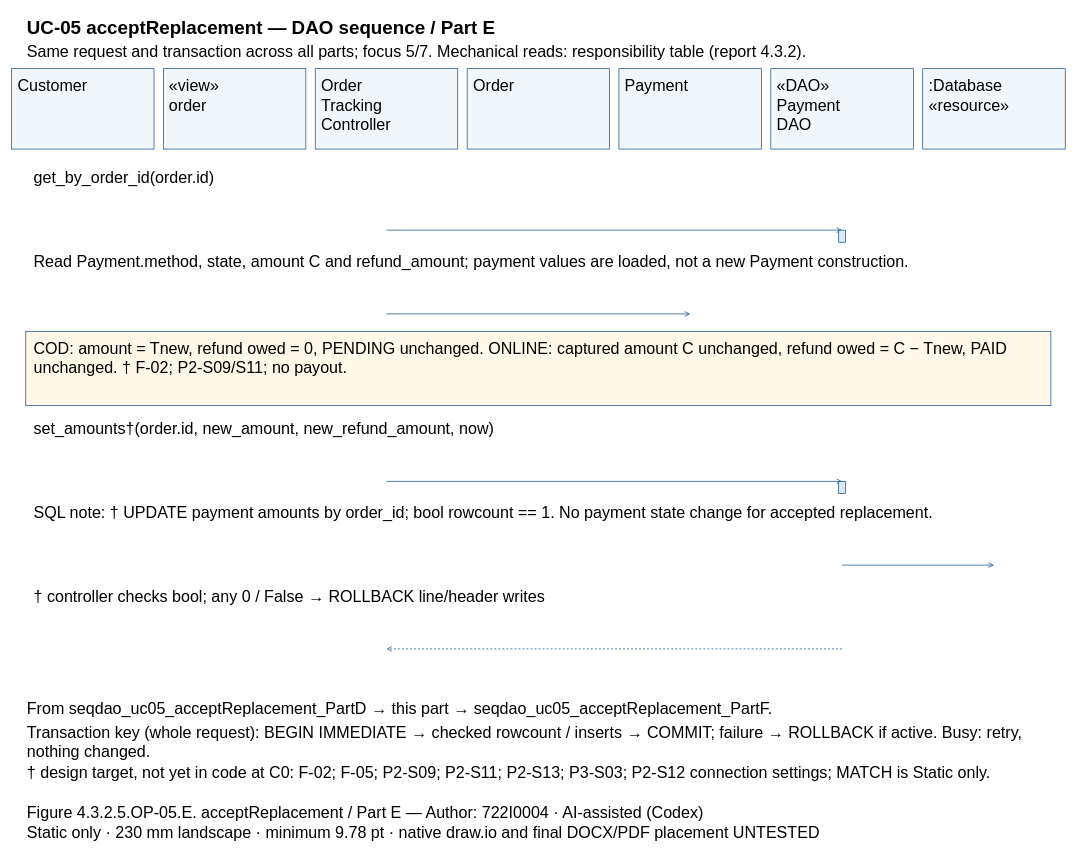
Above: models/UC-05/seqdao_uc05_acceptReplacement_PartE.drawio in Dat071104/SaigonBite (draw.io), before the change. Source tidied: cells renumbered, new cells numbered last; positions are measured from the earlier drawing's top-left corner, leaving out a move shared by most shapes. Both pictures are drawn from the tidied source at 67%, with x=0, y=0 at pixel (11, 11).
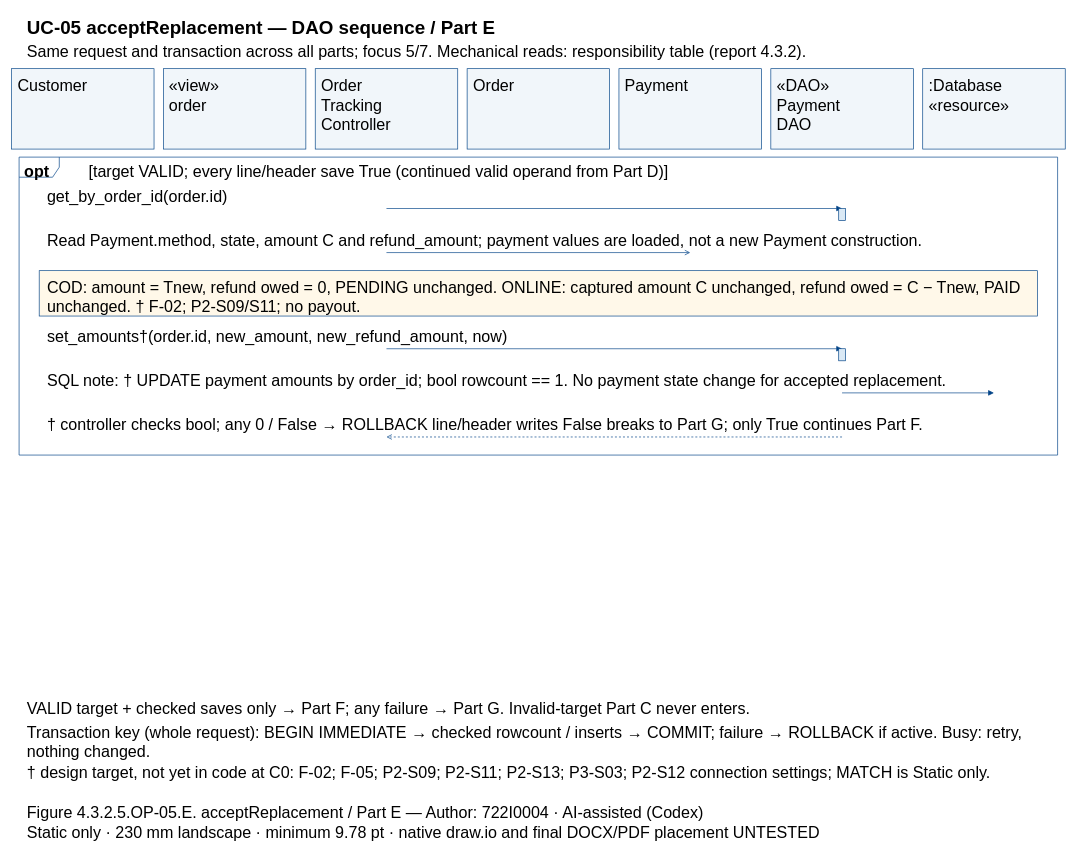
After the change.

Change to the diagram source:
```diff
@@
+    <mxCell id="47" style="shape=umlFrame;fillColor=none;strokeColor=#004387;" parent="1" vertex="1">
+      <mxGeometry x="11" y="217" width="1550" height="444.7" as="geometry" />
+    </mxCell>
@@
-    <mxCell id="17" value=":Database&#10;«resource»" style="text;html=0;whiteSpace=wrap;align=left;verticalAlign=top;strokeColor=none;fillColor=none;fontFamily=Arial;fontSize=24;fontStyle=0;" parent="1" vertex="1">
-      <mxGeometry x="1366.7" y="90" width="198.7" height="55.7" as="geometry" />
-    </mxCell>
-    <mxCell id="18" value="get_by_order_id(order.id)" style="text;html=0;whiteSpace=wrap;align=left;verticalAlign=top;strokeColor=none;fillColor=none;fontFamily=Arial;fontSize=24;fontStyle=0;" parent="1" vertex="1">
-      <mxGeometry x="31" y="227" width="1510" height="27.8" as="geometry" />
+    <mxCell id="18" value=":Database&#10;«resource»" style="text;html=0;whiteSpace=wrap;align=left;verticalAlign=top;strokeColor=none;fillColor=none;fontFamily=Arial;fontSize=24;fontStyle=0;" parent="1" vertex="1">
+      <mxGeometry x="1366.7" y="90" width="198.7" height="55.7" as="geometry" />
     </mxCell>
+    <mxCell id="48" value="opt" style="text;html=0;whiteSpace=wrap;align=left;verticalAlign=top;strokeColor=none;fillColor=none;fontFamily=Arial;fontSize=24;fontStyle=1;" parent="1" vertex="1">
+      <mxGeometry x="17" y="218" width="84" height="27.8" as="geometry" />
+    </mxCell>
+    <mxCell id="49" value="[target VALID; every line/header save True (continued valid operand from Part D)]" style="text;html=0;whiteSpace=wrap;align=left;verticalAlign=top;strokeColor=none;fillColor=none;fontFamily=Arial;fontSize=24;fontStyle=0;" parent="1" vertex="1">
+      <mxGeometry x="113" y="218" width="1438" height="27.8" as="geometry" />
+    </mxCell>
+    <mxCell id="23" value="get_by_order_id(order.id)" style="text;html=0;whiteSpace=wrap;align=left;verticalAlign=top;strokeColor=none;fillColor=none;fontFamily=Arial;fontSize=24;fontStyle=0;" parent="1" vertex="1">
+      <mxGeometry x="51" y="254.8" width="1470" height="27.8" as="geometry" />
+    </mxCell>
     <mxCell id="19" style="opacity=0;" parent="1" vertex="1">
-      <mxGeometry x="559.3" y="326" as="geometry" />
+      <mxGeometry x="559.3" y="293.7" as="geometry" />
     </mxCell>
     <mxCell id="20" style="opacity=0;" parent="1" vertex="1">
-      <mxGeometry x="1239.3" y="326" as="geometry" />
+      <mxGeometry x="1239.3" y="293.7" as="geometry" />
     </mxCell>
-    <mxCell id="21" style="edgeStyle=none;endArrow=open;strokeColor=#004387;exitX=0.5;entryX=0.5;exitPerimeter=0;entryPerimeter=0;" parent="1" edge="1" source="19" target="20">
+    <mxCell id="21" style="edgeStyle=none;endArrow=block;endFill=1;strokeColor=#004387;exitX=0.5;entryX=0.5;exitPerimeter=0;entryPerimeter=0;" parent="1" edge="1" source="19" target="20">
       <mxGeometry relative="1" as="geometry" />
     </mxCell>
-    <mxCell id="22" style="fillColor=#DAE9F5;strokeColor=#004387;" parent="1" vertex="1">
-      <mxGeometry x="1234.3" y="326" width="10" height="18" as="geometry" />
-    </mxCell>
-    <mxCell id="23" value="Read Payment.method, state, amount C and refund_amount; payment values are loaded, not a new Payment construction." style="text;html=0;whiteSpace=wrap;align=left;verticalAlign=top;strokeColor=none;fillColor=none;fontFamily=Arial;fontSize=24;fontStyle=0;" parent="1" vertex="1">
-      <mxGeometry x="31" y="352" width="1510" height="27.8" as="geometry" />
-    </mxCell>
+    <mxCell id="27" style="fillColor=#DAE9F5;strokeColor=#004387;" parent="1" vertex="1">
+      <mxGeometry x="1234.3" y="293.7" width="10" height="18" as="geometry" />
+    </mxCell>
+    <mxCell id="28" value="Read Payment.method, state, amount C and refund_amount; payment values are loaded, not a new Payment construction." style="text;html=0;whiteSpace=wrap;align=left;verticalAlign=top;strokeColor=none;fillColor=none;fontFamily=Arial;fontSize=24;fontStyle=0;" parent="1" vertex="1">
+      <mxGeometry x="51" y="320.7" width="1470" height="27.8" as="geometry" />
+    </mxCell>
     <mxCell id="24" style="opacity=0;" parent="1" vertex="1">
-      <mxGeometry x="559.3" y="451" as="geometry" />
+      <mxGeometry x="559.3" y="359.5" as="geometry" />
     </mxCell>
     <mxCell id="25" style="opacity=0;" parent="1" vertex="1">
-      <mxGeometry x="1012.7" y="451" as="geometry" />
+      <mxGeometry x="1012.7" y="359.5" as="geometry" />
     </mxCell>
-    <mxCell id="26" style="edgeStyle=none;endArrow=open;strokeColor=#004387;exitX=0.5;entryX=0.5;exitPerimeter=0;entryPerimeter=0;" parent="1" edge="1" source="24" target="25">
+    <mxCell id="26" style="edgeStyle=none;endArrow=open;endFill=0;strokeColor=#004387;exitX=0.5;entryX=0.5;exitPerimeter=0;entryPerimeter=0;" parent="1" edge="1" source="24" target="25">
       <mxGeometry relative="1" as="geometry" />
     </mxCell>
-    <mxCell id="27" style="fillColor=#FFF8E9;strokeColor=#004387;" parent="1" vertex="1">
-      <mxGeometry x="21" y="477" width="1530" height="111" as="geometry" />
-    </mxCell>
-    <mxCell id="28" value="COD: amount = Tnew, refund owed = 0, PENDING unchanged. ONLINE: captured amount C unchanged, refund owed = C − Tnew, PAID&#10;unchanged. † F-02; P2-S09/S11; no payout." style="text;html=0;whiteSpace=wrap;align=left;verticalAlign=top;strokeColor=none;fillColor=none;fontFamily=Arial;fontSize=24;fontStyle=0;" parent="1" vertex="1">
-      <mxGeometry x="31" y="482" width="1510" height="55.7" as="geometry" />
-    </mxCell>
-    <mxCell id="29" value="set_amounts†(order.id, new_amount, new_refund_amount, now)" style="text;html=0;whiteSpace=wrap;align=left;verticalAlign=top;strokeColor=none;fillColor=none;fontFamily=Arial;fontSize=24;fontStyle=0;" parent="1" vertex="1">
-      <mxGeometry x="31" y="602" width="1510" height="27.8" as="geometry" />
-    </mxCell>
+    <mxCell id="50" style="fillColor=#FFF8E9;strokeColor=#004387;" parent="1" vertex="1">
+      <mxGeometry x="41" y="386.5" width="1490" height="67.7" as="geometry" />
+    </mxCell>
+    <mxCell id="51" value="COD: amount = Tnew, refund owed = 0, PENDING unchanged. ONLINE: captured amount C unchanged, refund owed = C − Tnew, PAID&#10;unchanged. † F-02; P2-S09/S11; no payout." style="text;html=0;whiteSpace=wrap;align=left;verticalAlign=top;strokeColor=none;fillColor=none;fontFamily=Arial;fontSize=24;fontStyle=0;" parent="1" vertex="1">
+      <mxGeometry x="51" y="390.5" width="1470" height="55.7" as="geometry" />
+    </mxCell>
+    <mxCell id="34" value="set_amounts†(order.id, new_amount, new_refund_amount, now)" style="text;html=0;whiteSpace=wrap;align=left;verticalAlign=top;strokeColor=none;fillColor=none;fontFamily=Arial;fontSize=24;fontStyle=0;" parent="1" vertex="1">
+      <mxGeometry x="51" y="464.2" width="1470" height="27.8" as="geometry" />
+    </mxCell>
     <mxCell id="30" style="opacity=0;" parent="1" vertex="1">
-      <mxGeometry x="559.3" y="701" as="geometry" />
+      <mxGeometry x="559.3" y="503" as="geometry" />
     </mxCell>
     <mxCell id="31" style="opacity=0;" parent="1" vertex="1">
-      <mxGeometry x="1239.3" y="701" as="geometry" />
+      <mxGeometry x="1239.3" y="503" as="geometry" />
     </mxCell>
-    <mxCell id="32" style="edgeStyle=none;endArrow=open;strokeColor=#004387;exitX=0.5;entryX=0.5;exitPerimeter=0;entryPerimeter=0;" parent="1" edge="1" source="30" target="31">
+    <mxCell id="32" style="edgeStyle=none;endArrow=block;endFill=1;strokeColor=#004387;exitX=0.5;entryX=0.5;exitPerimeter=0;entryPerimeter=0;" parent="1" edge="1" source="30" target="31">
       <mxGeometry relative="1" as="geometry" />
     </mxCell>
-    <mxCell id="33" style="fillColor=#DAE9F5;strokeColor=#004387;" parent="1" vertex="1">
-      <mxGeometry x="1234.3" y="701" width="10" height="18" as="geometry" />
-    </mxCell>
-    <mxCell id="34" value="SQL note: † UPDATE payment amounts by order_id; bool rowcount == 1. No payment state change for accepted replacement." style="text;html=0;whiteSpace=wrap;align=left;verticalAlign=top;strokeColor=none;fillColor=none;fontFamily=Arial;fontSize=24;fontStyle=0;" parent="1" vertex="1">
-      <mxGeometry x="31" y="727" width="1510" height="27.8" as="geometry" />
-    </mxCell>
+    <mxCell id="52" style="fillColor=#DAE9F5;strokeColor=#004387;" parent="1" vertex="1">
+      <mxGeometry x="1234.3" y="503" width="10" height="18" as="geometry" />
+    </mxCell>
+    <mxCell id="53" value="SQL note: † UPDATE payment amounts by order_id; bool rowcount == 1. No payment state change for accepted replacement." style="text;html=0;whiteSpace=wrap;align=left;verticalAlign=top;strokeColor=none;fillColor=none;fontFamily=Arial;fontSize=24;fontStyle=0;" parent="1" vertex="1">
+      <mxGeometry x="51" y="530" width="1470" height="27.8" as="geometry" />
+    </mxCell>
     <mxCell id="35" style="opacity=0;" parent="1" vertex="1">
-      <mxGeometry x="1239.3" y="826" as="geometry" />
+      <mxGeometry x="1239.3" y="568.9" as="geometry" />
     </mxCell>
     <mxCell id="36" style="opacity=0;" parent="1" vertex="1">
-      <mxGeometry x="1466" y="826" as="geometry" />
+      <mxGeometry x="1466" y="568.9" as="geometry" />
     </mxCell>
-    <mxCell id="37" style="edgeStyle=none;endArrow=open;strokeColor=#004387;exitX=0.5;entryX=0.5;exitPerimeter=0;entryPerimeter=0;" parent="1" edge="1" source="35" target="36">
+    <mxCell id="37" style="edgeStyle=none;endArrow=block;endFill=1;strokeColor=#004387;exitX=0.5;entryX=0.5;exitPerimeter=0;entryPerimeter=0;" parent="1" edge="1" source="35" target="36">
       <mxGeometry relative="1" as="geometry" />
     </mxCell>
-    <mxCell id="38" value="† controller checks bool; any 0 / False → ROLLBACK line/header writes" style="text;html=0;whiteSpace=wrap;align=left;verticalAlign=top;strokeColor=none;fillColor=none;fontFamily=Arial;fontSize=24;fontStyle=0;" parent="1" vertex="1">
-      <mxGeometry x="31" y="852" width="1510" height="27.8" as="geometry" />
-    </mxCell>
+    <mxCell id="43" value="† controller checks bool; any 0 / False → ROLLBACK line/header writes False breaks to Part G; only True continues Part F." style="text;html=0;whiteSpace=wrap;align=left;verticalAlign=top;strokeColor=none;fillColor=none;fontFamily=Arial;fontSize=24;fontStyle=0;" parent="1" vertex="1">
+      <mxGeometry x="51" y="595.9" width="1470" height="27.8" as="geometry" />
+    </mxCell>
     <mxCell id="39" style="opacity=0;" parent="1" vertex="1">
-      <mxGeometry x="1239.3" y="951" as="geometry" />
+      <mxGeometry x="1239.3" y="634.7" as="geometry" />
     </mxCell>
     <mxCell id="40" style="opacity=0;" parent="1" vertex="1">
-      <mxGeometry x="559.3" y="951" as="geometry" />
+      <mxGeometry x="559.3" y="634.7" as="geometry" />
     </mxCell>
-    <mxCell id="41" style="edgeStyle=none;endArrow=open;strokeColor=#004387;dashed=1;exitX=0.5;entryX=0.5;exitPerimeter=0;entryPerimeter=0;" parent="1" edge="1" source="39" target="40">
+    <mxCell id="41" style="edgeStyle=none;endArrow=open;endFill=0;strokeColor=#004387;dashed=1;exitX=0.5;entryX=0.5;exitPerimeter=0;entryPerimeter=0;" parent="1" edge="1" source="39" target="40">
       <mxGeometry relative="1" as="geometry" />
     </mxCell>
-    <mxCell id="42" value="From seqdao_uc05_acceptReplacement_PartD → this part → seqdao_uc05_acceptReplacement_PartF." style="text;html=0;whiteSpace=wrap;align=left;verticalAlign=top;strokeColor=none;fillColor=none;fontFamily=Arial;fontSize=24;fontStyle=0;" parent="1" vertex="1">
-      <mxGeometry x="21" y="1020" width="1530" height="27.8" as="geometry" />
-    </mxCell>
-    <mxCell id="43" value="Transaction key (whole request): BEGIN IMMEDIATE → checked rowcount / inserts → COMMIT; failure → ROLLBACK if active. Busy: retry,&#10;nothing changed." style="text;html=0;whiteSpace=wrap;align=left;verticalAlign=top;strokeColor=none;fillColor=none;fontFamily=Arial;fontSize=24;fontStyle=0;" parent="1" vertex="1">
-      <mxGeometry x="21" y="1055" width="1530" height="55.7" as="geometry" />
-    </mxCell>
-    <mxCell id="44" value="† design target, not yet in code at C0: F-02; F-05; P2-S09; P2-S11; P2-S13; P3-S03; P2-S12 connection settings; MATCH is Static only." style="text;html=0;whiteSpace=wrap;align=left;verticalAlign=top;strokeColor=none;fillColor=none;fontFamily=Arial;fontSize=24;fontStyle=0;" parent="1" vertex="1">
-      <mxGeometry x="21" y="1115" width="1530" height="27.8" as="geometry" />
-    </mxCell>
-    <mxCell id="45" value="Figure 4.3.2.5.OP-05.E. acceptReplacement / Part E — Author: 722I0004 · AI-assisted (Codex)" style="text;html=0;whiteSpace=wrap;align=left;verticalAlign=top;strokeColor=none;fillColor=none;fontFamily=Arial;fontSize=24;fontStyle=0;" parent="1" vertex="1">
-      <mxGeometry x="21" y="1175" width="1530" height="27.8" as="geometry" />
+    <mxCell id="45" value="VALID target + checked saves only → Part F; any failure → Part G. Invalid-target Part C never enters." style="text;html=0;whiteSpace=wrap;align=left;verticalAlign=top;strokeColor=none;fillColor=none;fontFamily=Arial;fontSize=24;fontStyle=0;" parent="1" vertex="1">
+      <mxGeometry x="21" y="1020" width="1530" height="27.8" as="geometry" />
     </mxCell>
-    <mxCell id="46" value="Static only · 230 mm landscape · minimum 9.78 pt · native draw.io and final DOCX/PDF placement UNTESTED" style="text;html=0;whiteSpace=wrap;align=left;verticalAlign=top;strokeColor=none;fillColor=none;fontFamily=Arial;fontSize=24;fontStyle=0;" parent="1" vertex="1">
-      <mxGeometry x="21" y="1205" width="1530" height="27.8" as="geometry" />
+    <mxCell id="46" value="Transaction key (whole request): BEGIN IMMEDIATE → checked rowcount / inserts → COMMIT; failure → ROLLBACK if active. Busy: retry,&#10;nothing changed." style="text;html=0;whiteSpace=wrap;align=left;verticalAlign=top;strokeColor=none;fillColor=none;fontFamily=Arial;fontSize=24;fontStyle=0;" parent="1" vertex="1">
+      <mxGeometry x="21" y="1055" width="1530" height="55.7" as="geometry" />
     </mxCell>
+    <mxCell id="44" value="† design target, not yet in code at C0: F-02; F-05; P2-S09; P2-S11; P2-S13; P3-S03; P2-S12 connection settings; MATCH is Static only." style="text;html=0;whiteSpace=wrap;align=left;verticalAlign=top;strokeColor=none;fillColor=none;fontFamily=Arial;fontSize=24;fontStyle=0;" parent="1" vertex="1">
+      <mxGeometry x="21" y="1115" width="1530" height="27.8" as="geometry" />
+    </mxCell>
+    <mxCell id="54" value="Figure 4.3.2.5.OP-05.E. acceptReplacement / Part E — Author: 722I0004 · AI-assisted (Codex)" style="text;html=0;whiteSpace=wrap;align=left;verticalAlign=top;strokeColor=none;fillColor=none;fontFamily=Arial;fontSize=24;fontStyle=0;" parent="1" vertex="1">
+      <mxGeometry x="21" y="1175" width="1530" height="27.8" as="geometry" />
+    </mxCell>
+    <mxCell id="55" value="Static only · 230 mm landscape · minimum 9.78 pt · native draw.io and final DOCX/PDF placement UNTESTED" style="text;html=0;whiteSpace=wrap;align=left;verticalAlign=top;strokeColor=none;fillColor=none;fontFamily=Arial;fontSize=24;fontStyle=0;" parent="1" vertex="1">
+      <mxGeometry x="21" y="1205" width="1530" height="27.8" as="geometry" />
+    </mxCell>
```
